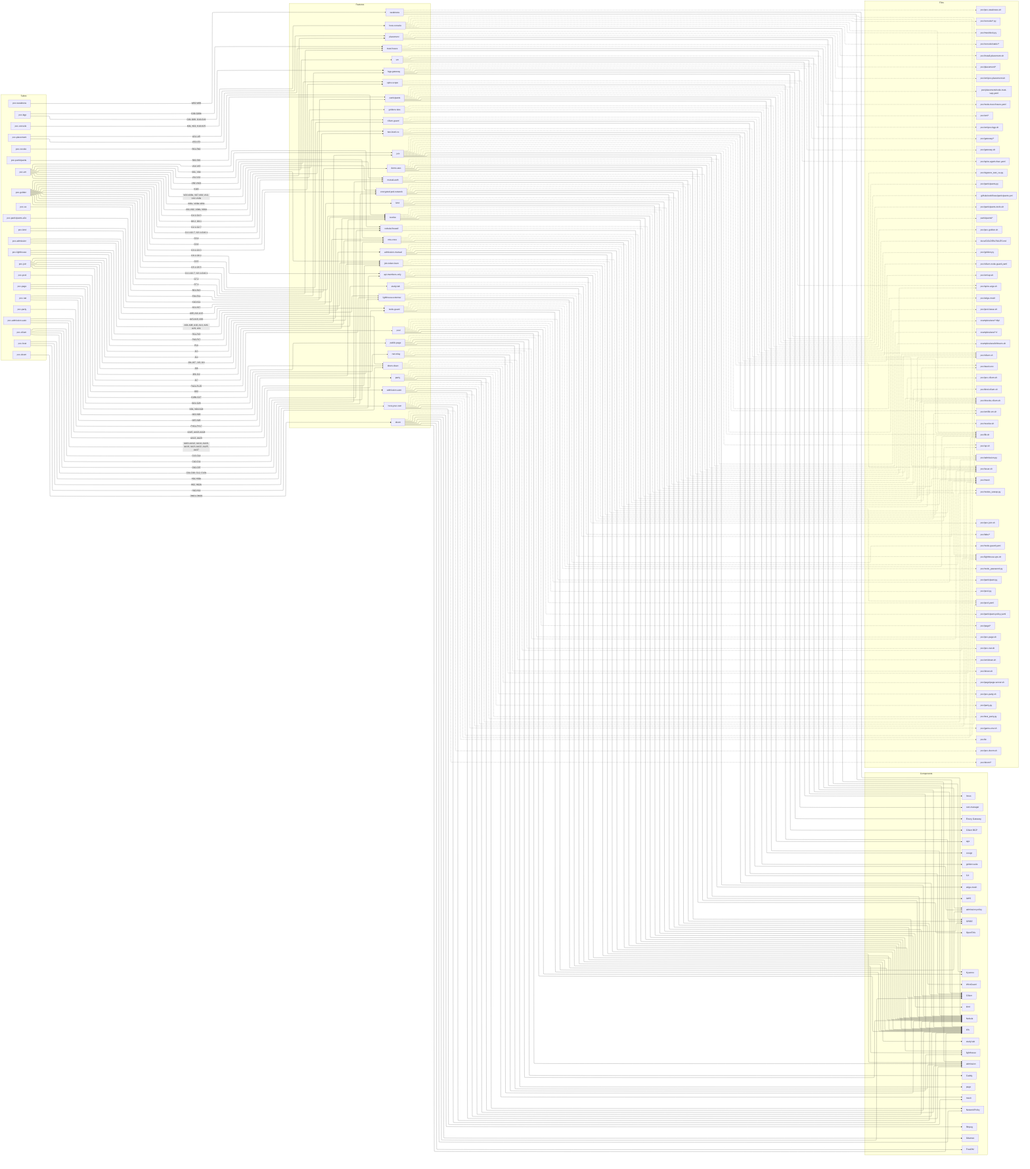
Above: docs/diagrams/features.png in villadalmine/k8s-lan-party (Mermaid), before the change. Its source is kept beside it as docs/diagrams/features.mmd.
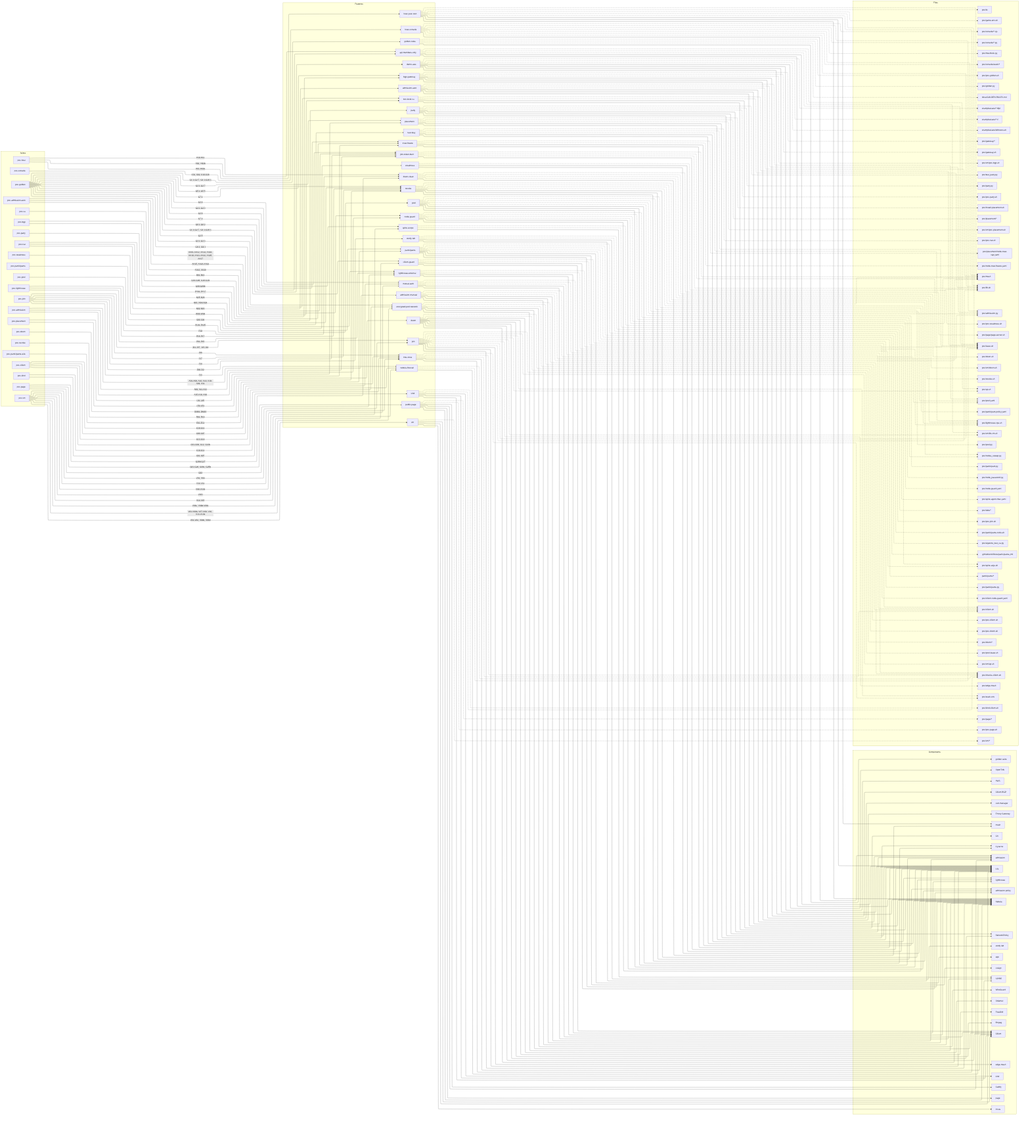
Above is the later version.

Diff of the diagram source:
```diff
@@ -112,6 +112,7 @@
     p_poc_pool_yaml["poc/pool.yaml"]
     p_poc_meshlock_py["poc/meshlock.py"]
     p_poc_console___py["poc/console/*.py"]
+    p_poc_console___cjs["poc/console/*.cjs"]
     p_poc_console_static__["poc/console/static/*"]
     p_poc_pool_py["poc/pool.py"]
     p_poc_participant_py["poc/participant.py"]
@@ -235,12 +236,13 @@
   f_admission_auto -.-> p_poc_admission_py
   f_admission_auto -.-> p_poc_pool_yaml
   f_admission_auto -.-> p_poc_mesh
-  s_poc_console -->|"K01, K02, K10-K25"| f_host_console
+  s_poc_console -->|"K01, K02, K10-K26"| f_host_console
   f_host_console --> c_admission
   f_host_console -.-> p_poc_mesh
   f_host_console -.-> p_poc_lib_sh
   f_host_console -.-> p_poc_meshlock_py
   f_host_console -.-> p_poc_console___py
+  f_host_console -.-> p_poc_console___cjs
   f_host_console -.-> p_poc_console_static__
   f_host_console -.-> p_poc_admission_py
   s_poc_pool -->|"PL01-PL25"| f_pool
@@ -268,7 +270,7 @@
   f_doom --> c_ffmpeg
   f_doom -.-> p_poc_doom__
   f_doom -.-> p_poc_poc_doom_sh
-  s_poc_page -->|"G01-G26"| f_public_page
+  s_poc_page -->|"G01-G26, G09c, G25b"| f_public_page
   f_public_page --> c_page
   f_public_page --> c_Caddy
   f_public_page --> c_Nebula
```
